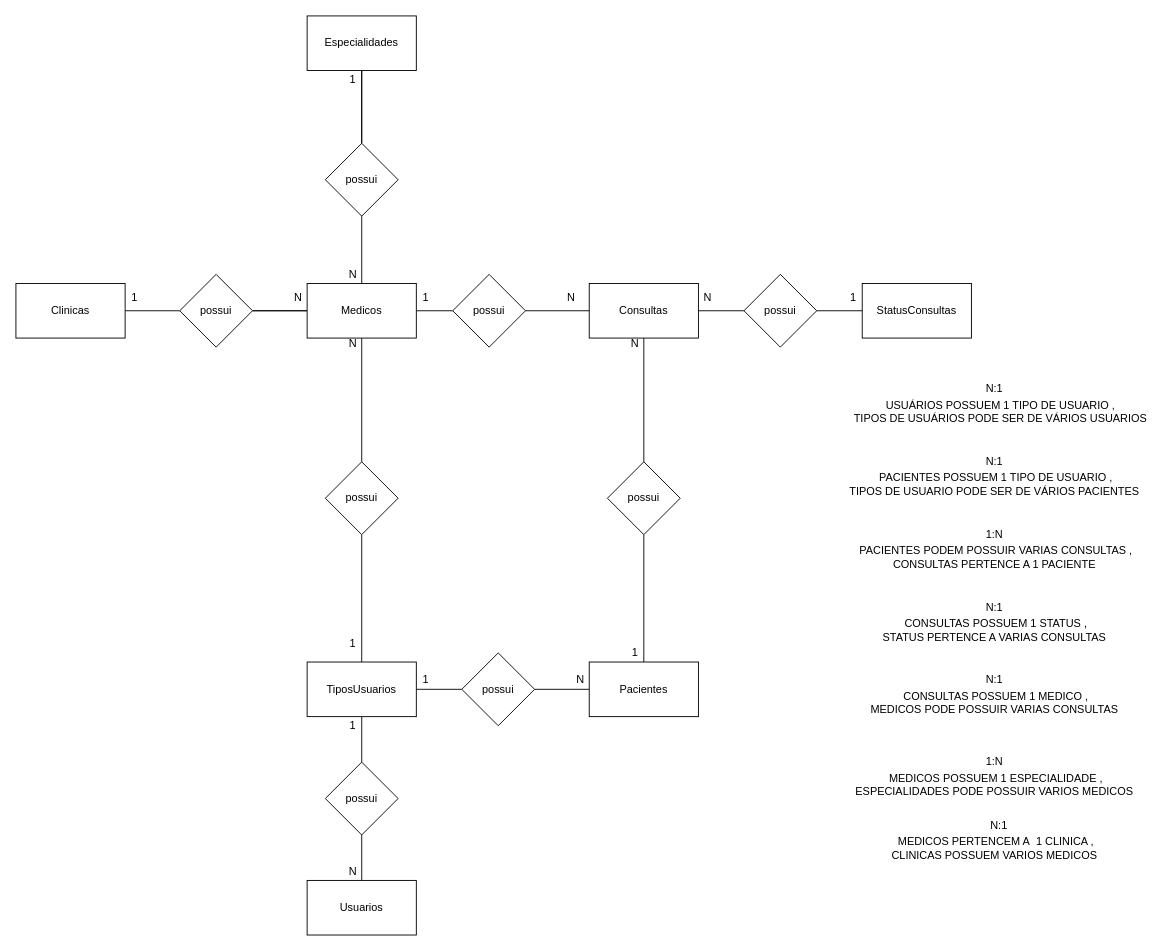
Above: page "Conceitual" (1 of 2) of SP_Medical_Group/SP_Medical_Group_Modelos.drawio in Carlos-Augusto-Roque/Sprint1_bd (draw.io), before the change. Source tidied: cells renumbered, new cells numbered last; positions are measured from the earlier drawing's top-left corner, leaving out a move shared by most shapes. Both pictures are drawn from the tidied source at 91%, with x=0, y=0 at pixel (15, 15).
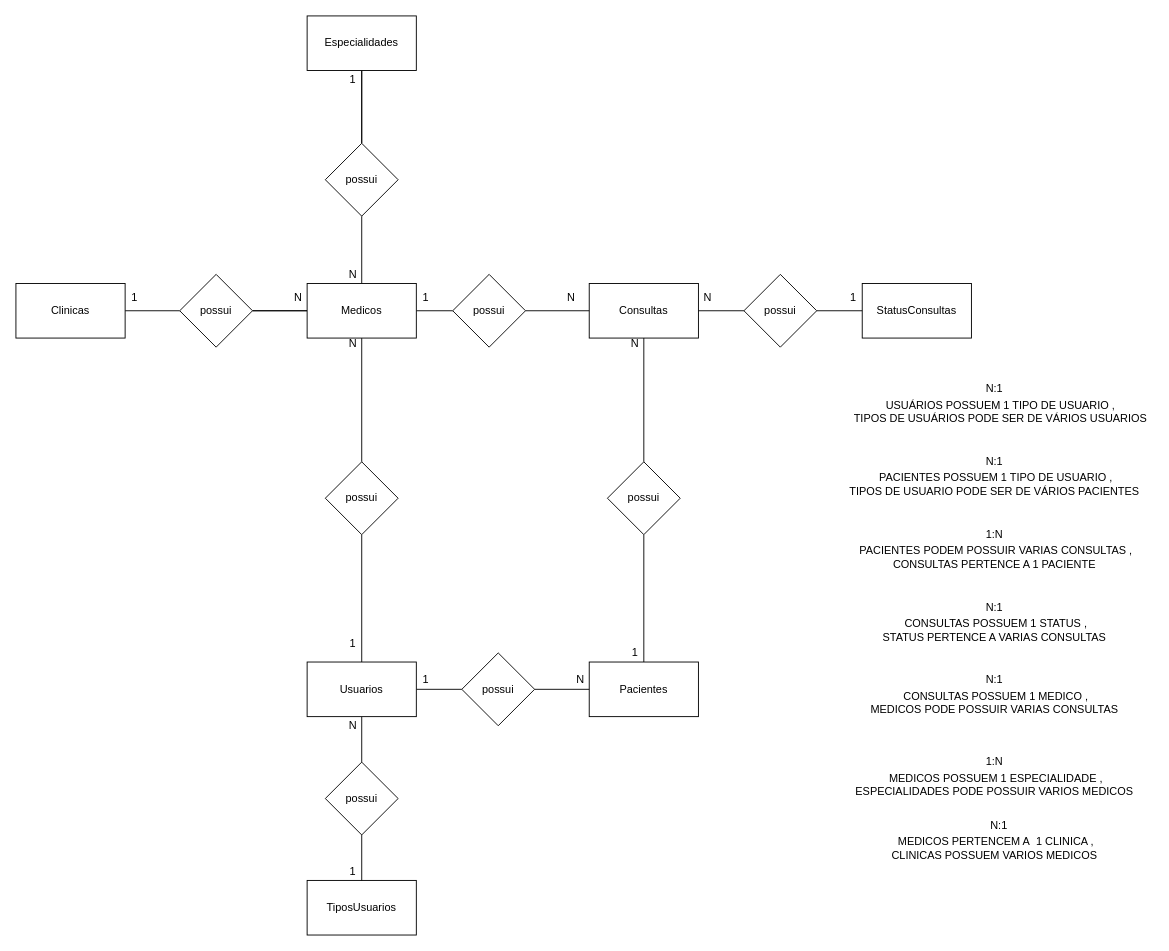
Above is the later version.

The edit, as a diff of the source:
```diff
@@
-    <mxCell id="17" value="Usuarios" style="rounded=0;whiteSpace=wrap;html=1;" parent="1" vertex="1">
+    <mxCell id="17" value="TiposUsuarios" style="rounded=0;whiteSpace=wrap;html=1;" parent="1" vertex="1">
       <mxGeometry x="320" y="950" width="120" height="60" as="geometry" />
     </mxCell>
@@
-    <mxCell id="21" value="TiposUsuarios" style="rounded=0;whiteSpace=wrap;html=1;" parent="1" vertex="1">
+    <mxCell id="21" value="Usuarios" style="rounded=0;whiteSpace=wrap;html=1;" parent="1" vertex="1">
       <mxGeometry x="320" y="710" width="120" height="60" as="geometry" />
     </mxCell>
@@
-    <mxCell id="28" value="1" style="text;html=1;align=center;verticalAlign=middle;" parent="1" vertex="1">
+    <mxCell id="28" value="N" style="text;html=1;align=center;verticalAlign=middle;" parent="1" vertex="1">
       <mxGeometry x="360" y="770" width="20" height="20" as="geometry" />
     </mxCell>
-    <mxCell id="29" value="N" style="text;html=1;align=center;verticalAlign=middle;" parent="1" vertex="1">
+    <mxCell id="29" value="1" style="text;html=1;align=center;verticalAlign=middle;" parent="1" vertex="1">
       <mxGeometry x="360" y="930" width="20" height="20" as="geometry" />
     </mxCell>
```
